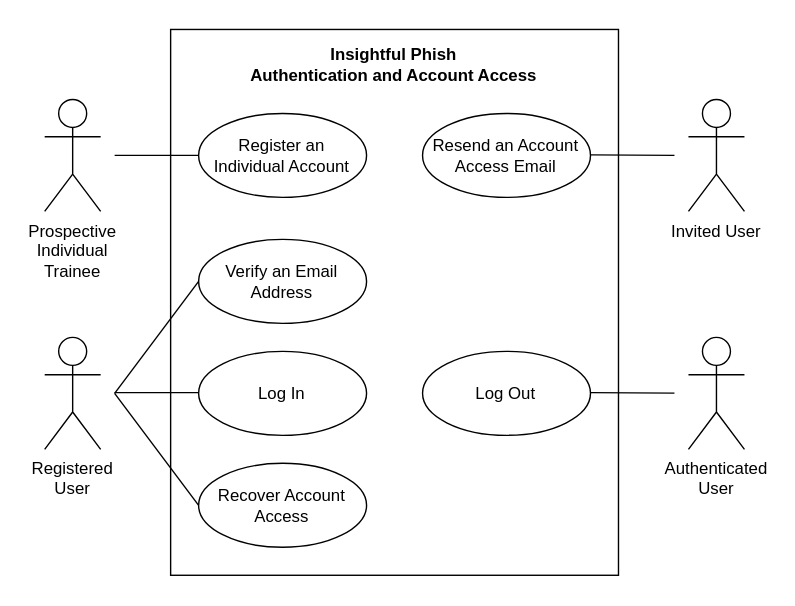
Before: docs/demo4/diagrams/srs/use-cases/authentication-and-account-access.drawio.svg, a diagram exported from draw.io (COS301-SE-2026/Cybersecurity-Awareness-Training-Platform). Source tidied: cells renumbered, new cells last; positions are measured from the earlier drawing's top-left corner, leaving out a move shared by most shapes.
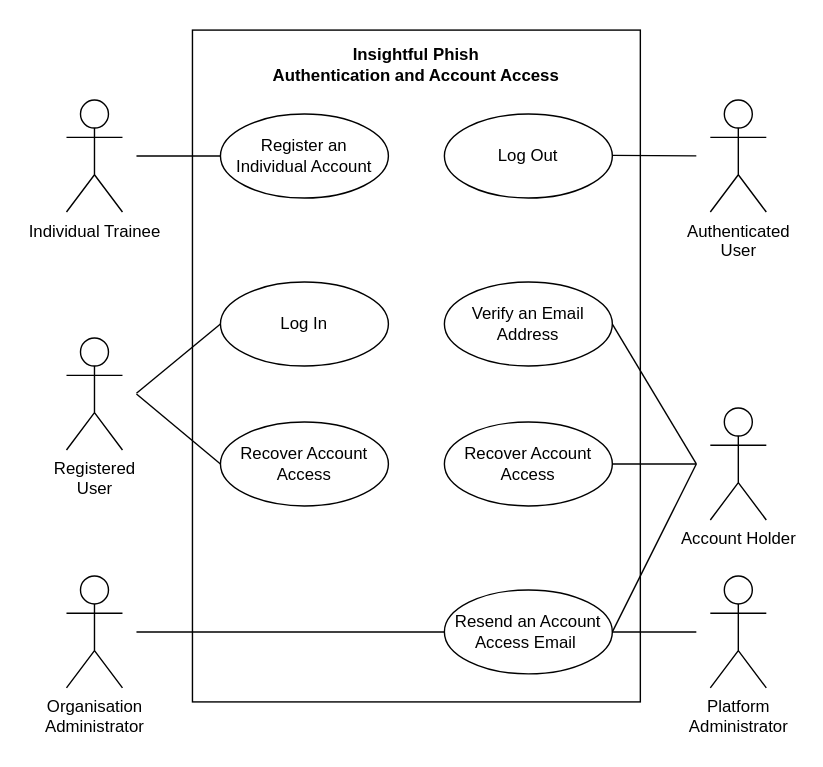
Above is the later version.

What changed in the source:
```diff
@@ -3,13 +3,13 @@
     <mxCell id="0" />
     <mxCell id="1" parent="0" />
     <mxCell id="2" style="rounded=0;whiteSpace=wrap;html=1;fillColor=none;" parent="1" vertex="1">
-      <mxGeometry x="90" width="320" height="390" as="geometry" />
+      <mxGeometry x="90" width="320" height="480" as="geometry" />
     </mxCell>
-    <mxCell id="3" value="&lt;div&gt;Prospective&lt;/div&gt;&lt;div&gt;Individual&lt;/div&gt;&lt;div&gt;Trainee&lt;/div&gt;" style="shape=umlActor;verticalLabelPosition=bottom;verticalAlign=top;html=1;" parent="1" vertex="1">
+    <mxCell id="3" value="&lt;div&gt;Individual Trainee&lt;/div&gt;" style="shape=umlActor;verticalLabelPosition=bottom;verticalAlign=top;html=1;" parent="1" vertex="1">
       <mxGeometry y="50" width="40" height="80" as="geometry" />
     </mxCell>
     <mxCell id="4" value="Verify an Email Address" style="ellipse;whiteSpace=wrap;html=1;" parent="1" vertex="1">
-      <mxGeometry x="110" y="150" width="120" height="60" as="geometry" />
+      <mxGeometry x="270" y="180" width="120" height="60" as="geometry" />
     </mxCell>
     <mxCell id="5" value="Register an &lt;br&gt;Individual Account" style="ellipse;whiteSpace=wrap;html=1;" parent="1" vertex="1">
       <mxGeometry x="110" y="60" width="120" height="60" as="geometry" />
@@ -22,43 +22,41 @@
     <mxCell id="7" value="&lt;p class=&quot;p1&quot;&gt;Insightful Phish&lt;br&gt;Authentication and Account Access&lt;/p&gt;" style="text;html=1;whiteSpace=wrap;strokeColor=none;fillColor=none;align=center;verticalAlign=middle;rounded=0;fontStyle=1;" parent="1" vertex="1">
       <mxGeometry x="100" y="10" width="300" height="30" as="geometry" />
     </mxCell>
-    <mxCell id="8" value="&lt;div&gt;Invited User&lt;/div&gt;" style="shape=umlActor;verticalLabelPosition=bottom;verticalAlign=top;html=1;" parent="1" vertex="1">
-      <mxGeometry x="460" y="50" width="40" height="80" as="geometry" />
+    <mxCell id="8" value="&lt;div&gt;Account Holder&lt;/div&gt;" style="shape=umlActor;verticalLabelPosition=bottom;verticalAlign=top;html=1;" parent="1" vertex="1">
+      <mxGeometry x="460" y="270" width="40" height="80" as="geometry" />
     </mxCell>
-    <mxCell id="9" style="endArrow=none;html=1;rounded=0;" parent="1" edge="1">
+    <mxCell id="9" style="endArrow=none;html=1;rounded=0;exitX=1;exitY=0.5;exitDx=0;exitDy=0;" parent="1" edge="1" source="4">
       <mxGeometry relative="1" as="geometry">
-        <mxPoint x="390" y="89.6" as="sourcePoint" />
-        <mxPoint x="450" y="90" as="targetPoint" />
+        <mxPoint x="450" y="310" as="targetPoint" />
       </mxGeometry>
     </mxCell>
     <mxCell id="10" value="&lt;div&gt;Registered&lt;/div&gt;&lt;div&gt;User&lt;/div&gt;" style="shape=umlActor;verticalLabelPosition=bottom;verticalAlign=top;html=1;" parent="1" vertex="1">
       <mxGeometry y="220" width="40" height="80" as="geometry" />
     </mxCell>
     <mxCell id="11" value="&lt;div&gt;Authenticated&lt;/div&gt;&lt;div&gt;User&lt;/div&gt;" style="shape=umlActor;verticalLabelPosition=bottom;verticalAlign=top;html=1;" parent="1" vertex="1">
-      <mxGeometry x="460" y="220" width="40" height="80" as="geometry" />
+      <mxGeometry x="460" y="50" width="40" height="80" as="geometry" />
     </mxCell>
     <mxCell id="12" value="Log In" style="ellipse;whiteSpace=wrap;html=1;" parent="1" vertex="1">
-      <mxGeometry x="110" y="230" width="120" height="60" as="geometry" />
+      <mxGeometry x="110" y="180" width="120" height="60" as="geometry" />
     </mxCell>
     <mxCell id="13" value="Log Out" style="ellipse;whiteSpace=wrap;html=1;" parent="1" vertex="1">
-      <mxGeometry x="270" y="230" width="120" height="60" as="geometry" />
+      <mxGeometry x="270" y="60" width="120" height="60" as="geometry" />
     </mxCell>
     <mxCell id="14" value="Recover Account Access" style="ellipse;whiteSpace=wrap;html=1;" parent="1" vertex="1">
-      <mxGeometry x="110" y="310" width="120" height="60" as="geometry" />
+      <mxGeometry x="110" y="280" width="120" height="60" as="geometry" />
     </mxCell>
-    <mxCell id="15" value="Resend an Account Access Email" style="ellipse;whiteSpace=wrap;html=1;" parent="1" vertex="1">
-      <mxGeometry x="270" y="60" width="120" height="60" as="geometry" />
+    <mxCell id="15" value="Recover Account Access" style="ellipse;whiteSpace=wrap;html=1;" parent="1" vertex="1">
+      <mxGeometry x="270" y="280" width="120" height="60" as="geometry" />
     </mxCell>
-    <mxCell id="16" style="endArrow=none;html=1;rounded=0;entryX=0;entryY=0.5;entryDx=0;entryDy=0;" parent="1" edge="1">
+    <mxCell id="16" style="endArrow=none;html=1;rounded=0;entryX=0;entryY=0.5;entryDx=0;entryDy=0;" parent="1" edge="1" target="12">
       <mxGeometry relative="1" as="geometry">
         <mxPoint x="50" y="259.5" as="sourcePoint" />
-        <mxPoint x="110" y="259.5" as="targetPoint" />
       </mxGeometry>
     </mxCell>
     <mxCell id="17" style="endArrow=none;html=1;rounded=0;" parent="1" edge="1">
       <mxGeometry relative="1" as="geometry">
-        <mxPoint x="390" y="259.5" as="sourcePoint" />
-        <mxPoint x="450" y="259.9" as="targetPoint" />
+        <mxPoint x="390" y="89.5" as="sourcePoint" />
+        <mxPoint x="450" y="89.9" as="targetPoint" />
       </mxGeometry>
     </mxCell>
     <mxCell id="18" style="endArrow=none;html=1;rounded=0;entryX=0;entryY=0.5;entryDx=0;entryDy=0;" parent="1" edge="1" target="14">
@@ -66,10 +64,34 @@
         <mxPoint x="50" y="260" as="sourcePoint" />
       </mxGeometry>
     </mxCell>
-    <mxCell id="19" style="endArrow=none;html=1;rounded=0;entryX=0;entryY=0.5;entryDx=0;entryDy=0;" parent="1" edge="1" target="4">
-      <mxGeometry relative="1" as="geometry">
-        <mxPoint x="50" y="260" as="sourcePoint" />
-      </mxGeometry>
-    </mxCell>
+    <mxCell id="20" value="Platform&lt;br&gt;Administrator" style="shape=umlActor;verticalLabelPosition=bottom;verticalAlign=top;html=1;" parent="1" vertex="1">
+      <mxGeometry x="460" y="390" width="40" height="80" as="geometry" />
+    </mxCell>
+    <mxCell id="21" value="Resend an Account Access Email&lt;span style=&quot;background-color: transparent; color: light-dark(rgb(0, 0, 0), rgb(255, 255, 255));&quot;&gt;&amp;nbsp;&lt;/span&gt;" style="ellipse;whiteSpace=wrap;html=1;" parent="1" vertex="1">
+      <mxGeometry x="270" y="400" width="120" height="60" as="geometry" />
+    </mxCell>
+    <mxCell id="22" style="endArrow=none;html=1;rounded=0;exitX=1;exitY=0.5;exitDx=0;exitDy=0;" parent="1" edge="1" source="15">
+      <mxGeometry relative="1" as="geometry">
+        <mxPoint x="450" y="310" as="targetPoint" />
+      </mxGeometry>
+    </mxCell>
+    <mxCell id="23" style="endArrow=none;html=1;rounded=0;exitX=1;exitY=0.5;exitDx=0;exitDy=0;" parent="1" edge="1" source="21">
+      <mxGeometry relative="1" as="geometry">
+        <mxPoint x="450" y="310" as="targetPoint" />
+      </mxGeometry>
+    </mxCell>
+    <mxCell id="24" style="endArrow=none;html=1;rounded=0;exitX=1;exitY=0.5;exitDx=0;exitDy=0;" parent="1" edge="1" source="21">
+      <mxGeometry relative="1" as="geometry">
+        <mxPoint x="450" y="430" as="targetPoint" />
+      </mxGeometry>
+    </mxCell>
+    <mxCell id="25" value="Organisation&lt;br&gt;Administrator" style="shape=umlActor;verticalLabelPosition=bottom;verticalAlign=top;html=1;" parent="1" vertex="1">
+      <mxGeometry y="390" width="40" height="80" as="geometry" />
+    </mxCell>
+    <mxCell id="26" style="endArrow=none;html=1;rounded=0;entryX=0;entryY=0.5;entryDx=0;entryDy=0;" parent="1" edge="1" target="21">
+      <mxGeometry relative="1" as="geometry">
+        <mxPoint x="50" y="430" as="sourcePoint" />
+      </mxGeometry>
+    </mxCell>
   </root>
 </mxGraphModel>
```
